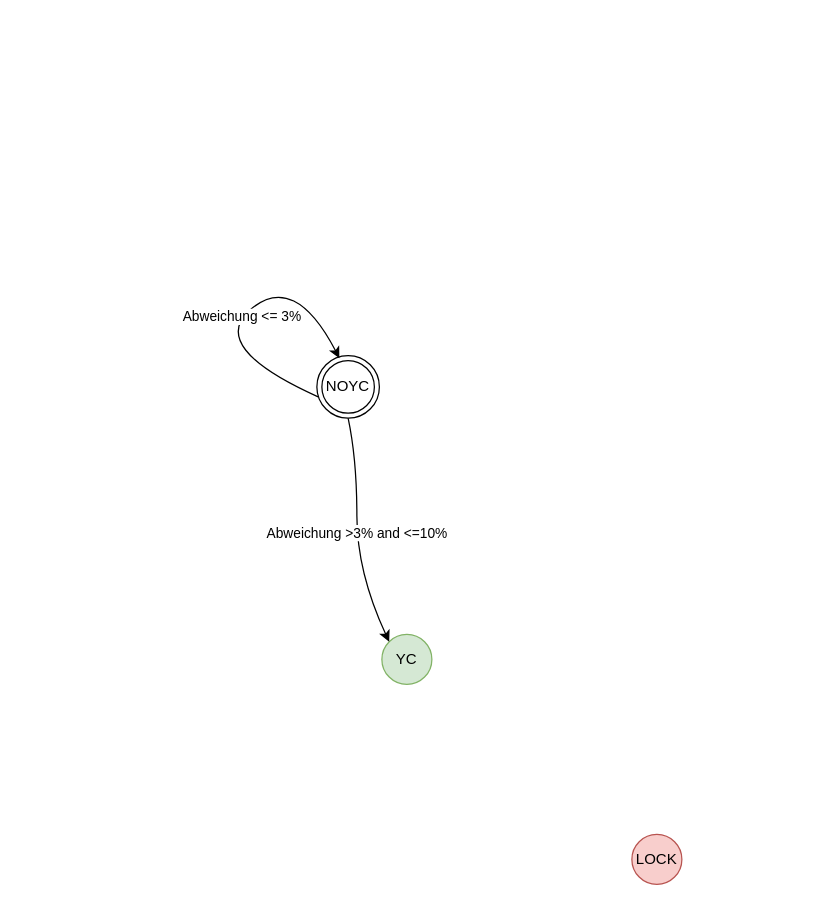
arpadszilagyi/ama-yc keeps this draw.io diagram as ama-yc.drawio. Above is the earlier version. Source tidied: cells renumbered, new cells numbered last; positions are measured from the earlier drawing's top-left corner, leaving out a move shared by most shapes. Both pictures are drawn from the tidied source at 125%, with x=0, y=0 at pixel (206, 271).
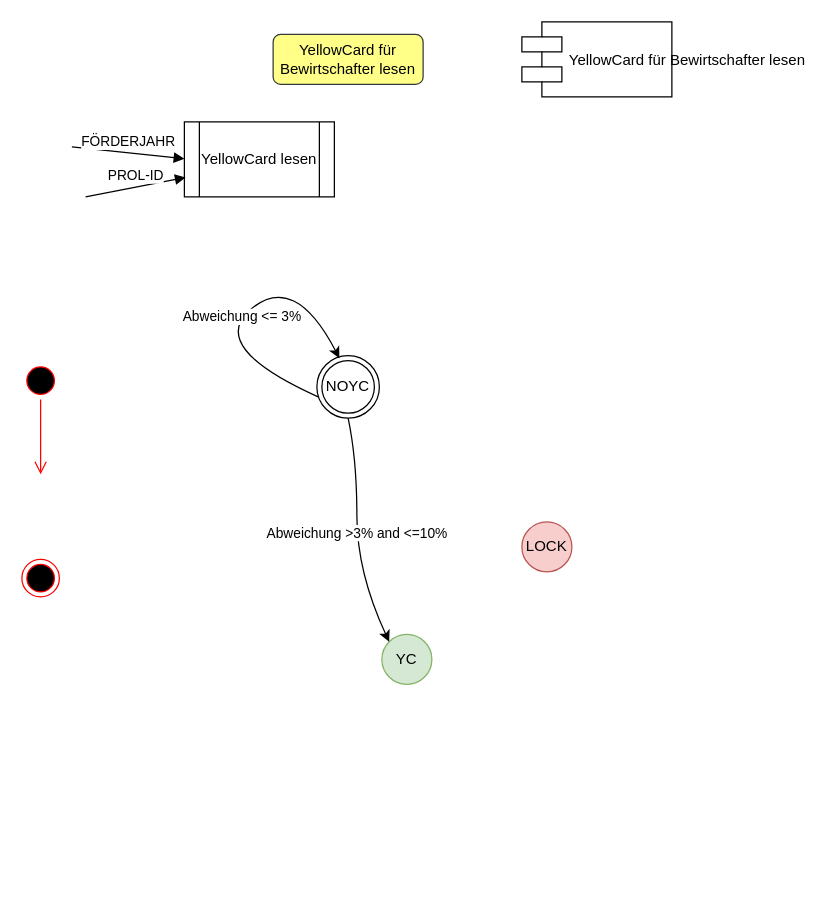
After the change.

Diff of the diagram source:
```diff
@@
     <mxCell id="3" value="LOCK" style="ellipse;whiteSpace=wrap;html=1;fillColor=#f8cecc;strokeColor=#b85450;" parent="1" vertex="1">
-      <mxGeometry x="340" y="450" width="40" height="40" as="geometry" />
+      <mxGeometry x="252" y="200" width="40" height="40" as="geometry" />
     </mxCell>
@@
+    <mxCell id="7" value="YellowCard für Bewirtschafter lesen" style="rounded=1;whiteSpace=wrap;html=1;fillColor=#ffff88;strokeColor=#36393d;" parent="1" vertex="1">
+      <mxGeometry x="53" y="-190" width="120" height="40" as="geometry" />
+    </mxCell>
+    <mxCell id="8" value="YellowCard lesen" style="shape=process;whiteSpace=wrap;html=1;backgroundOutline=1;" parent="1" vertex="1">
+      <mxGeometry x="-18" y="-120" width="120" height="60" as="geometry" />
+    </mxCell>
+    <mxCell id="9" value="YellowCard für Bewirtschafter lesen" style="shape=component;align=left;spacingLeft=36;" parent="1" vertex="1">
+      <mxGeometry x="252" y="-200" width="120" height="60" as="geometry" />
+    </mxCell>
+    <mxCell id="10" style="ellipse;html=1;shape=startState;fillColor=#000000;strokeColor=#ff0000;" parent="1" vertex="1">
+      <mxGeometry x="-148" y="72" width="30" height="30" as="geometry" />
+    </mxCell>
+    <mxCell id="11" style="edgeStyle=orthogonalEdgeStyle;html=1;verticalAlign=bottom;endArrow=open;endSize=8;strokeColor=#ff0000;" parent="1" edge="1" source="10">
+      <mxGeometry relative="1" as="geometry">
+        <mxPoint x="-133" y="162" as="targetPoint" />
+      </mxGeometry>
+    </mxCell>
+    <mxCell id="12" style="ellipse;html=1;shape=endState;fillColor=#000000;strokeColor=#ff0000;" parent="1" vertex="1">
+      <mxGeometry x="-148" y="230" width="30" height="30" as="geometry" />
+    </mxCell>
+    <mxCell id="13" value="FÖRDERJAHR&lt;br&gt;" style="html=1;verticalAlign=bottom;endArrow=block;" parent="1" edge="1">
+      <mxGeometry relative="1" as="geometry">
+        <mxPoint x="-108" y="-100" as="sourcePoint" />
+        <mxPoint x="-18" y="-90.5" as="targetPoint" />
+      </mxGeometry>
+    </mxCell>
+    <mxCell id="14" value="PROL-ID" style="html=1;verticalAlign=bottom;endArrow=block;" parent="1" edge="1">
+      <mxGeometry relative="1" as="geometry">
+        <mxPoint x="-97" y="-60" as="sourcePoint" />
+        <mxPoint x="-17" y="-75.5" as="targetPoint" />
+      </mxGeometry>
+    </mxCell>
```
